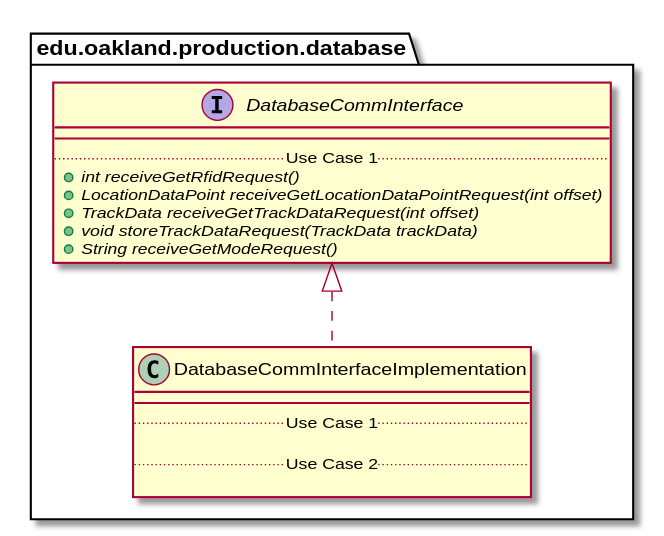
Before: docs/uml-class-diagrams/database/production/DatabaseCommInterfaceImplementation/DatabaseCommInterfaceImplementation_DirectDependencies.svg, a diagram exported from PlantUML (elilley15/csi-3370-software-project). The source it was exported from:
```plantuml
@startuml DatabaseCommInterfaceImplementation_DirectDependencies


package edu.oakland.production.database {
    class DatabaseCommInterfaceImplementation {
        __
        .. Use Case 1 ..

        .. Use Case 2 ..

    }
}



package edu.oakland.production.database {
    interface DatabaseCommInterface {
        __
        .. Use Case 1 ..
        {abstract} + int receiveGetRfidRequest()
        {abstract} + LocationDataPoint receiveGetLocationDataPointRequest(int offset)
        {abstract} + TrackData receiveGetTrackDataRequest(int offset)
        {abstract} + void storeTrackDataRequest(TrackData trackData)
        {abstract} + String receiveGetModeRequest()
    }
}

DatabaseCommInterfaceImplementation .up.|> DatabaseCommInterface





@enduml
```
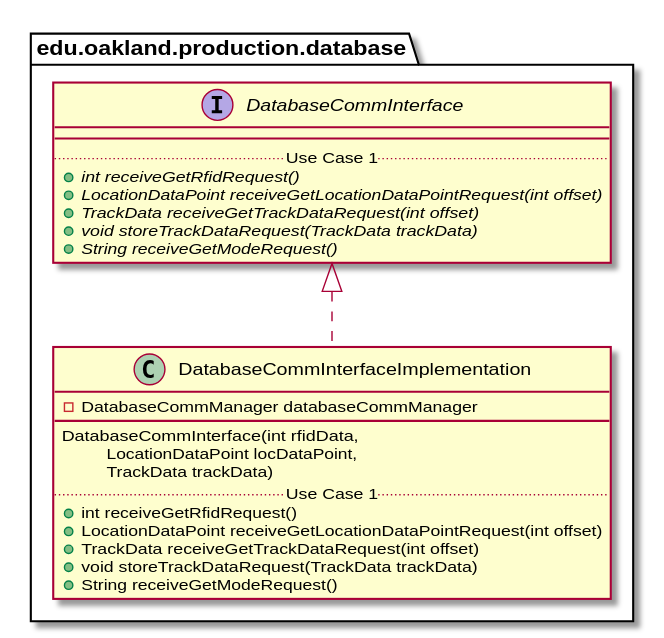
Above is the later version.

Change to the diagram source:
```diff
@@ -3,11 +3,17 @@
 
 package edu.oakland.production.database {
     class DatabaseCommInterfaceImplementation {
+        - DatabaseCommManager databaseCommManager
         __
+        DatabaseCommInterface(int rfidData,
+        \tLocationDataPoint locDataPoint,
+        \tTrackData trackData)
         .. Use Case 1 ..
-
-        .. Use Case 2 ..
-
+        + int receiveGetRfidRequest()
+        + LocationDataPoint receiveGetLocationDataPointRequest(int offset)
+        + TrackData receiveGetTrackDataRequest(int offset)
+        + void storeTrackDataRequest(TrackData trackData)
+        + String receiveGetModeRequest()
     }
 }
 
```
